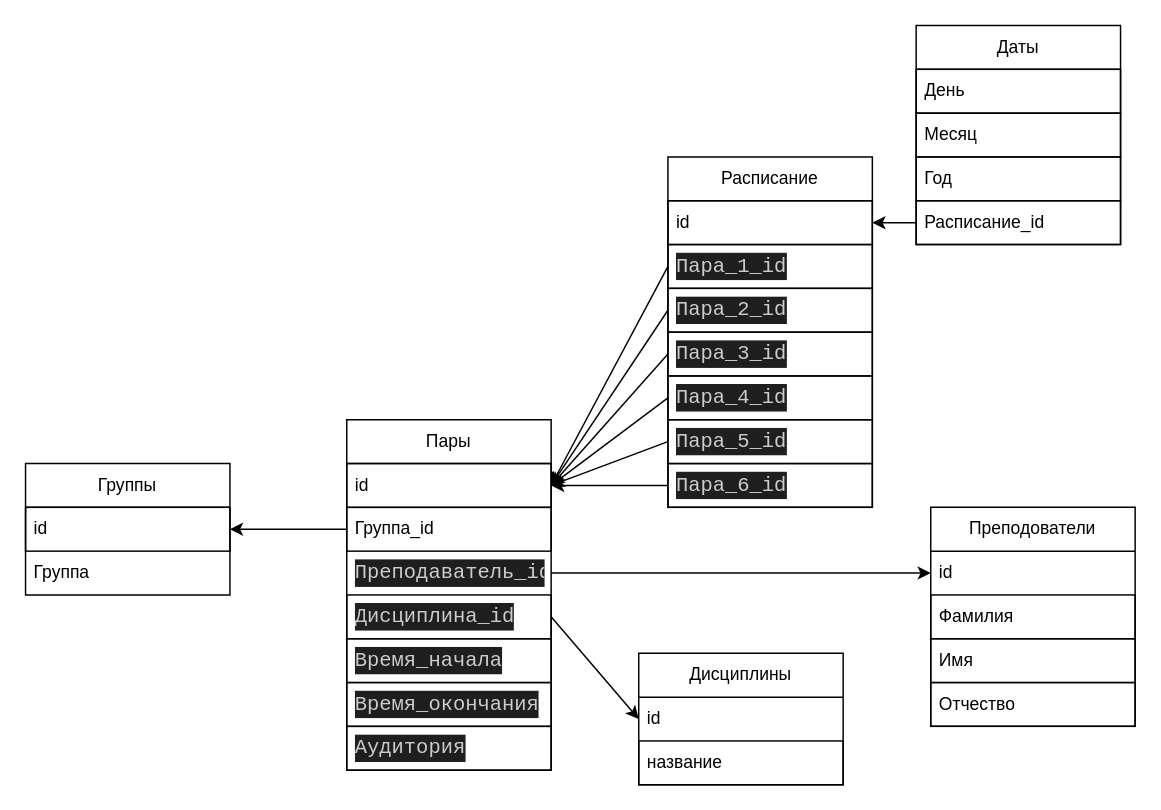
Before: sheme.drawio in N1k100n/tg.bot, a draw.io diagram. Source tidied: cells renumbered, new cells numbered last; positions are measured from the earlier drawing's top-left corner, leaving out a move shared by most shapes. Both pictures are drawn from the tidied source at 146%, with x=0, y=0 at pixel (25, 25).
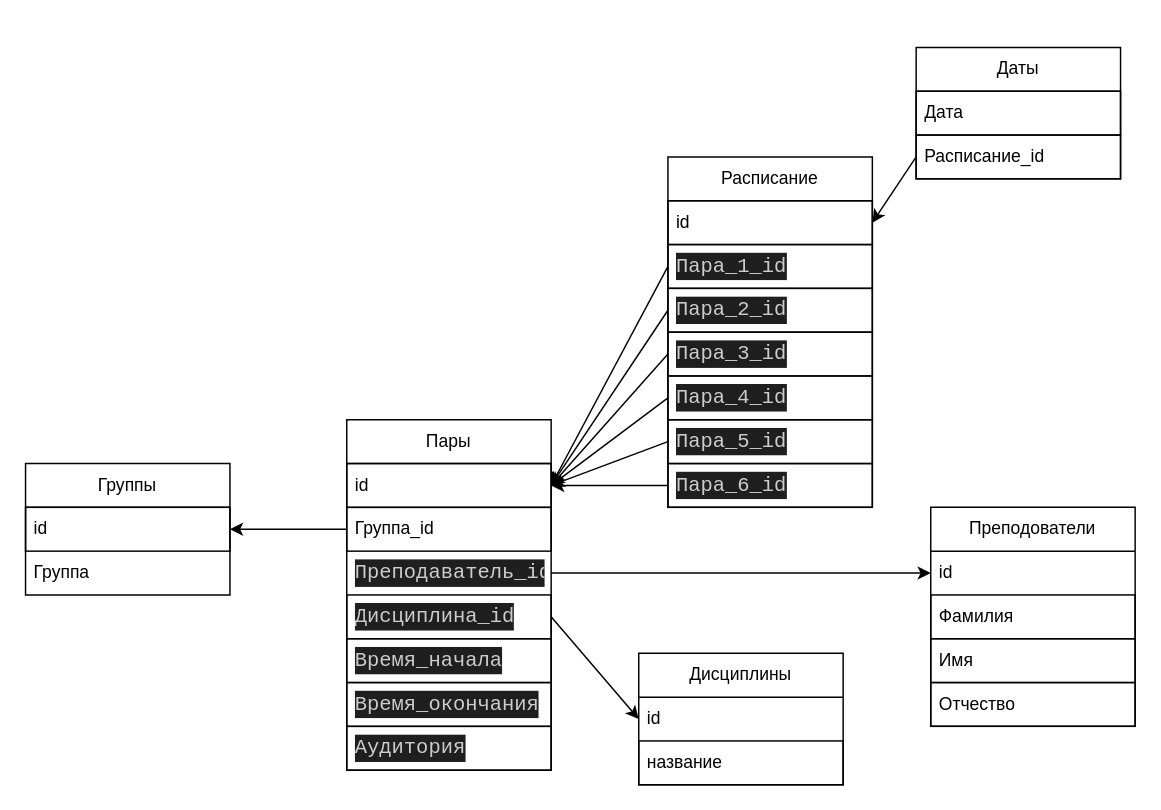
The same diagram, later.

Commit message:
Поменял схему

The edit, as a diff of the source:
```diff
@@
     <mxCell id="26" value="Даты" style="swimlane;fontStyle=0;horizontal=1;startSize=30;whiteSpace=wrap;html=1;strokeColor=default;fillColor=none;" parent="1" vertex="1">
-      <mxGeometry x="610" width="140" height="150" as="geometry" />
+      <mxGeometry x="610" y="15" width="140" height="90" as="geometry" />
     </mxCell>
-    <mxCell id="27" value="День" style="text;strokeColor=default;fillColor=none;align=left;verticalAlign=middle;spacingLeft=4;spacingRight=4;overflow=hidden;whiteSpace=wrap;html=1;" parent="26" vertex="1">
-      <mxGeometry y="30" width="140" height="30" as="geometry" />
-    </mxCell>
-    <mxCell id="28" value="Месяц" style="text;strokeColor=default;fillColor=none;align=left;verticalAlign=middle;spacingLeft=4;spacingRight=4;overflow=hidden;whiteSpace=wrap;html=1;" parent="26" vertex="1">
-      <mxGeometry y="60" width="140" height="30" as="geometry" />
-    </mxCell>
-    <mxCell id="29" value="Год" style="text;strokeColor=default;fillColor=none;align=left;verticalAlign=middle;spacingLeft=4;spacingRight=4;overflow=hidden;whiteSpace=wrap;html=1;" parent="26" vertex="1">
-      <mxGeometry y="90" width="140" height="30" as="geometry" />
+    <mxCell id="29" value="Дата" style="text;strokeColor=default;fillColor=none;align=left;verticalAlign=middle;spacingLeft=4;spacingRight=4;overflow=hidden;whiteSpace=wrap;html=1;" parent="26" vertex="1">
+      <mxGeometry y="30" width="140" height="30" as="geometry" />
     </mxCell>
     <mxCell id="30" value="Расписание_id" style="text;strokeColor=default;fillColor=none;align=left;verticalAlign=middle;spacingLeft=4;spacingRight=4;overflow=hidden;points=[[0,0.5],[1,0.5]];portConstraint=eastwest;whiteSpace=wrap;html=1;" parent="26" vertex="1">
-      <mxGeometry y="120" width="140" height="30" as="geometry" />
+      <mxGeometry y="60" width="140" height="30" as="geometry" />
     </mxCell>
```
